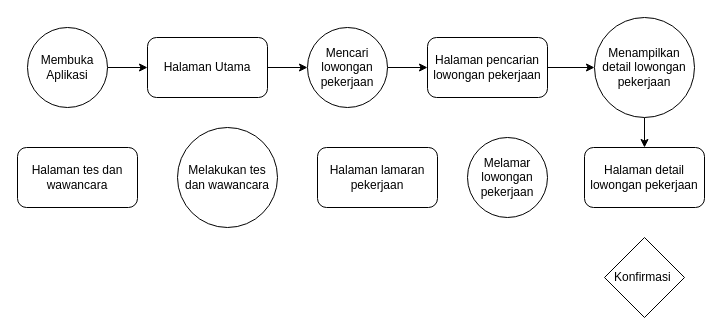
Above: Jawir.drawio in Pfftz/Dicoding_wir (draw.io), before the change. Source tidied: cells renumbered, new cells numbered last; positions are measured from the earlier drawing's top-left corner, leaving out a move shared by most shapes. Both pictures are drawn from the tidied source at 100%, with x=0, y=0 at pixel (17, 17).
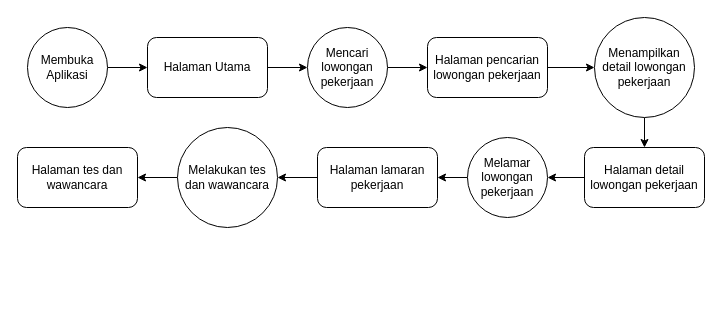
Above is the later version.

Unchanged cells that the change refers to:
```xml
<mxCell id="12" value="Halaman detail lowongan pekerjaan" style="rounded=1;whiteSpace=wrap;html=1;" parent="1" vertex="1">
  <mxGeometry x="567" y="130" width="120" height="60" as="geometry" />
</mxCell>
<mxCell id="13" value="Melamar lowongan pekerjaan" style="ellipse;whiteSpace=wrap;html=1;" parent="1" vertex="1">
  <mxGeometry x="450" y="120" width="80" height="80" as="geometry" />
</mxCell>
<mxCell id="14" value="Melakukan tes dan wawancara" style="ellipse;whiteSpace=wrap;html=1;" parent="1" vertex="1">
  <mxGeometry x="160" y="110" width="100" height="100" as="geometry" />
</mxCell>
<mxCell id="15" value="Halaman lamaran pekerjaan" style="rounded=1;whiteSpace=wrap;html=1;" parent="1" vertex="1">
  <mxGeometry x="300" y="130" width="120" height="60" as="geometry" />
</mxCell>
<mxCell id="16" value="Halaman tes dan wawancara" style="rounded=1;whiteSpace=wrap;html=1;" parent="1" vertex="1">
  <mxGeometry y="130" width="120" height="60" as="geometry" />
</mxCell>
```

The edit, as a diff of the source:
```diff
@@
+    <mxCell id="18" style="edgeStyle=orthogonalEdgeStyle;rounded=0;jettySize=auto;html=1;" parent="1" edge="1" source="12" target="13">
+      <mxGeometry relative="1" as="geometry" />
+    </mxCell>
@@
+    <mxCell id="19" style="edgeStyle=orthogonalEdgeStyle;rounded=0;jettySize=auto;html=1;" parent="1" edge="1" source="13" target="15">
+      <mxGeometry relative="1" as="geometry" />
+    </mxCell>
@@
+    <mxCell id="20" style="edgeStyle=orthogonalEdgeStyle;rounded=0;jettySize=auto;html=1;" parent="1" edge="1" source="14" target="16">
+      <mxGeometry relative="1" as="geometry" />
+    </mxCell>
@@
+    <mxCell id="21" style="edgeStyle=orthogonalEdgeStyle;rounded=0;jettySize=auto;html=1;" parent="1" edge="1" source="15" target="14">
+      <mxGeometry relative="1" as="geometry" />
+    </mxCell>
@@
-    <mxCell id="17" value="Konfirmasi&amp;nbsp;" style="rhombus;whiteSpace=wrap;html=1;" parent="1" vertex="1">
-      <mxGeometry x="587" y="220" width="80" height="80" as="geometry" />
-    </mxCell>
```
